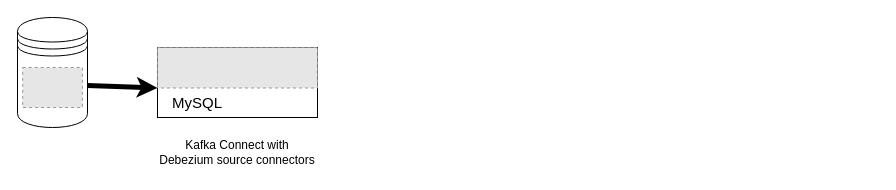
The draw.io diagram dataPreparationGongshow.drawio in TangYunxuan/DataPreparation, before the edit. Source tidied: cells renumbered, new cells numbered last; positions are measured from the earlier drawing's top-left corner, leaving out a move shared by most shapes. Both pictures are drawn from the tidied source at 100%, with x=0, y=0 at pixel (17, 17). Pictures stored in the file or linked from it are replaced by grey dashed boxes.
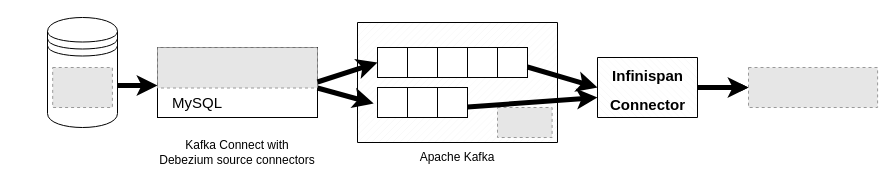
After the change.

Unchanged cells that the change refers to:
```xml
<mxCell id="5" style="fillColor=#E6E6E6;strokeColor=#999999;dashed=1;verticalLabelPosition=bottom;labelBackgroundColor=default;verticalAlign=top;" parent="1" vertex="1">
  <mxGeometry x="140" y="30" width="160" height="40.5" as="geometry" />
</mxCell>
```

The edit, as a diff of the source:
```diff
@@
     <mxCell id="2" style="shape=datastore;whiteSpace=wrap;html=1;" parent="1" vertex="1">
-      <mxGeometry width="70" height="110" as="geometry" />
+      <mxGeometry x="30" width="70" height="110" as="geometry" />
     </mxCell>
     <mxCell id="3" style="fillColor=#E6E6E6;strokeColor=#999999;dashed=1;verticalLabelPosition=bottom;labelBackgroundColor=default;verticalAlign=top;" parent="1" vertex="1">
-      <mxGeometry x="5.2" y="50" width="59.7" height="40" as="geometry" />
+      <mxGeometry x="35.2" y="50" width="59.7" height="40" as="geometry" />
     </mxCell>
@@
-    <mxCell id="6" style="endArrow=classic;html=1;rounded=0;endSize=5;startSize=5;jumpSize=5;strokeWidth=5;entryX=0;entryY=1;entryDx=0;entryDy=0;exitX=1;exitY=0.618;exitDx=0;exitDy=0;exitPerimeter=0;" parent="1" edge="1" source="2" target="5">
-      <mxGeometry relative="1" as="geometry" />
+    <mxCell id="6" style="endArrow=classic;html=1;rounded=0;endSize=5;startSize=5;jumpSize=5;strokeWidth=5;exitX=1;exitY=0.618;exitDx=0;exitDy=0;exitPerimeter=0;" parent="1" edge="1" source="2">
+      <mxGeometry relative="1" as="geometry">
+        <mxPoint x="140" y="68" as="targetPoint" />
+      </mxGeometry>
     </mxCell>
@@
+    <mxCell id="9" style="verticalLabelPosition=bottom;verticalAlign=top;html=1;shape=mxgraph.basic.patternFillRect;fillStyle=diag;step=5;fillStrokeWidth=0.2;fillStrokeColor=#dddddd;" parent="1" vertex="1">
+      <mxGeometry x="340" y="5" width="200" height="120" as="geometry" />
+    </mxCell>
+    <mxCell id="10" style="fillColor=#E6E6E6;strokeColor=#999999;dashed=1;verticalLabelPosition=bottom;labelBackgroundColor=default;verticalAlign=top;" parent="1" vertex="1">
+      <mxGeometry x="480" y="90" width="54.6" height="30" as="geometry" />
+    </mxCell>
+    <mxCell id="11" style="rounded=0;whiteSpace=wrap;html=1;" parent="1" vertex="1">
+      <mxGeometry x="360" y="30" width="30" height="30" as="geometry" />
+    </mxCell>
+    <mxCell id="12" style="rounded=0;whiteSpace=wrap;html=1;" parent="1" vertex="1">
+      <mxGeometry x="390" y="30" width="30" height="30" as="geometry" />
+    </mxCell>
+    <mxCell id="13" style="rounded=0;whiteSpace=wrap;html=1;" parent="1" vertex="1">
+      <mxGeometry x="420" y="30" width="30" height="30" as="geometry" />
+    </mxCell>
+    <mxCell id="14" style="rounded=0;whiteSpace=wrap;html=1;" parent="1" vertex="1">
+      <mxGeometry x="450" y="30" width="30" height="30" as="geometry" />
+    </mxCell>
+    <mxCell id="15" style="rounded=0;whiteSpace=wrap;html=1;" parent="1" vertex="1">
+      <mxGeometry x="480" y="30" width="30" height="30" as="geometry" />
+    </mxCell>
+    <mxCell id="16" style="rounded=0;whiteSpace=wrap;html=1;" parent="1" vertex="1">
+      <mxGeometry x="360" y="70" width="30" height="30" as="geometry" />
+    </mxCell>
+    <mxCell id="17" style="rounded=0;whiteSpace=wrap;html=1;" parent="1" vertex="1">
+      <mxGeometry x="390" y="70" width="30" height="30" as="geometry" />
+    </mxCell>
+    <mxCell id="18" style="rounded=0;whiteSpace=wrap;html=1;" parent="1" vertex="1">
+      <mxGeometry x="420" y="70" width="30" height="30" as="geometry" />
+    </mxCell>
+    <mxCell id="19" value="Apache Kafka" style="text;html=1;align=center;verticalAlign=middle;whiteSpace=wrap;rounded=0;" parent="1" vertex="1">
+      <mxGeometry x="395" y="125" width="90" height="30" as="geometry" />
+    </mxCell>
+    <mxCell id="20" style="endArrow=classic;html=1;rounded=0;endSize=5;startSize=5;jumpSize=5;strokeWidth=5;exitX=1;exitY=0.618;exitDx=0;exitDy=0;exitPerimeter=0;entryX=0;entryY=0.5;entryDx=0;entryDy=0;" parent="1" edge="1" target="11">
+      <mxGeometry relative="1" as="geometry">
+        <mxPoint x="300" y="64.5" as="sourcePoint" />
+      </mxGeometry>
+    </mxCell>
+    <mxCell id="21" style="endArrow=classic;html=1;rounded=0;endSize=5;startSize=5;jumpSize=5;strokeWidth=5;exitX=1;exitY=1;exitDx=0;exitDy=0;entryX=0.081;entryY=0.675;entryDx=0;entryDy=0;entryPerimeter=0;" parent="1" edge="1" source="5" target="9">
+      <mxGeometry relative="1" as="geometry" />
+    </mxCell>
+    <mxCell id="22" style="fillColor=#E6E6E6;strokeColor=#999999;dashed=1;verticalLabelPosition=bottom;labelBackgroundColor=default;verticalAlign=top;" parent="1" vertex="1">
+      <mxGeometry x="731" y="50" width="129.1" height="40" as="geometry" />
+    </mxCell>
+    <mxCell id="23" style="edgeStyle=orthogonalEdgeStyle;rounded=0;jettySize=auto;html=1;" parent="1" edge="1" source="24" target="22">
+      <mxGeometry relative="1" as="geometry" />
+    </mxCell>
+    <mxCell id="24" style="verticalLabelPosition=bottom;verticalAlign=top;html=1;shape=mxgraph.basic.patternFillRect;fillStyle=diagRev;step=5;fillStrokeWidth=0.2;fillStrokeColor=#dddddd;" parent="1" vertex="1">
+      <mxGeometry x="580" y="40" width="100" height="60" as="geometry" />
+    </mxCell>
+    <mxCell id="25" value="&lt;font style=&quot;font-size: 15px;&quot;&gt;Infinispan&lt;/font&gt;&lt;div&gt;&lt;font style=&quot;font-size: 15px;&quot;&gt;Connector&lt;/font&gt;&lt;/div&gt;" style="text;strokeColor=none;fillColor=none;html=1;fontSize=24;fontStyle=1;verticalAlign=middle;align=center;" parent="1" vertex="1">
+      <mxGeometry x="580" y="50" width="100" height="40" as="geometry" />
+    </mxCell>
+    <mxCell id="26" style="endArrow=classic;html=1;rounded=0;endSize=5;startSize=5;jumpSize=5;strokeWidth=5;exitX=1;exitY=0.618;exitDx=0;exitDy=0;exitPerimeter=0;entryX=0;entryY=0.5;entryDx=0;entryDy=0;entryPerimeter=0;" parent="1" edge="1" target="24">
+      <mxGeometry relative="1" as="geometry">
+        <mxPoint x="510" y="49.5" as="sourcePoint" />
+      </mxGeometry>
+    </mxCell>
+    <mxCell id="27" style="endArrow=classic;html=1;rounded=0;endSize=5;startSize=5;jumpSize=5;strokeWidth=5;exitX=1;exitY=0.618;exitDx=0;exitDy=0;exitPerimeter=0;" parent="1" edge="1">
+      <mxGeometry relative="1" as="geometry">
+        <mxPoint x="450" y="89.5" as="sourcePoint" />
+        <mxPoint x="580" y="80" as="targetPoint" />
+      </mxGeometry>
+    </mxCell>
+    <mxCell id="28" style="endArrow=classic;html=1;rounded=0;endSize=5;startSize=5;jumpSize=5;strokeWidth=5;exitX=1;exitY=0.5;exitDx=0;exitDy=0;entryX=0;entryY=0.5;entryDx=0;entryDy=0;" parent="1" edge="1" source="25" target="22">
+      <mxGeometry relative="1" as="geometry" />
+    </mxCell>
```
